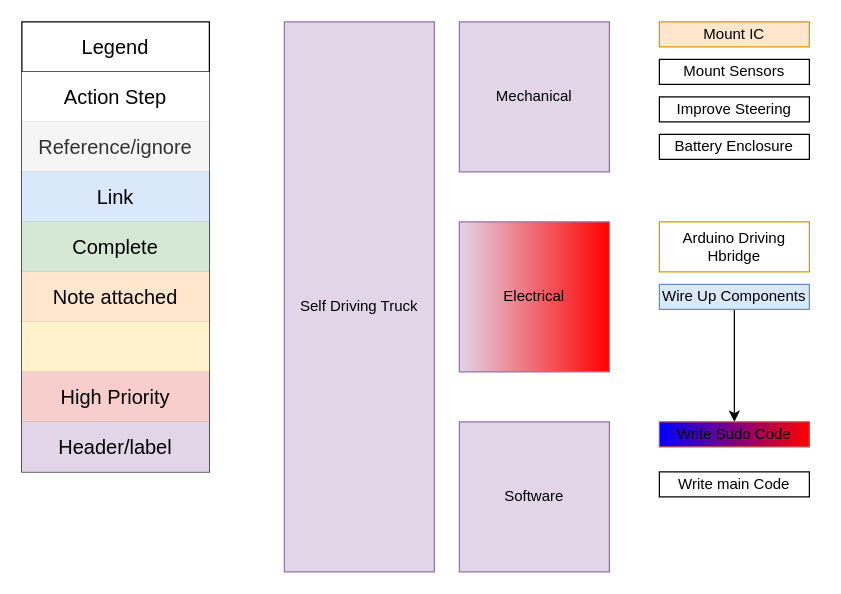
usernamesareusless/Truck keeps this draw.io diagram as page "Overview" (1 of 5) of Self_Driving_Truck.drawio. Above is the earlier version. Source tidied: cells renumbered, new cells numbered last; positions are measured from the earlier drawing's top-left corner, leaving out a move shared by most shapes. Both pictures are drawn from the tidied source at 125%, with x=0, y=0 at pixel (21, 21).
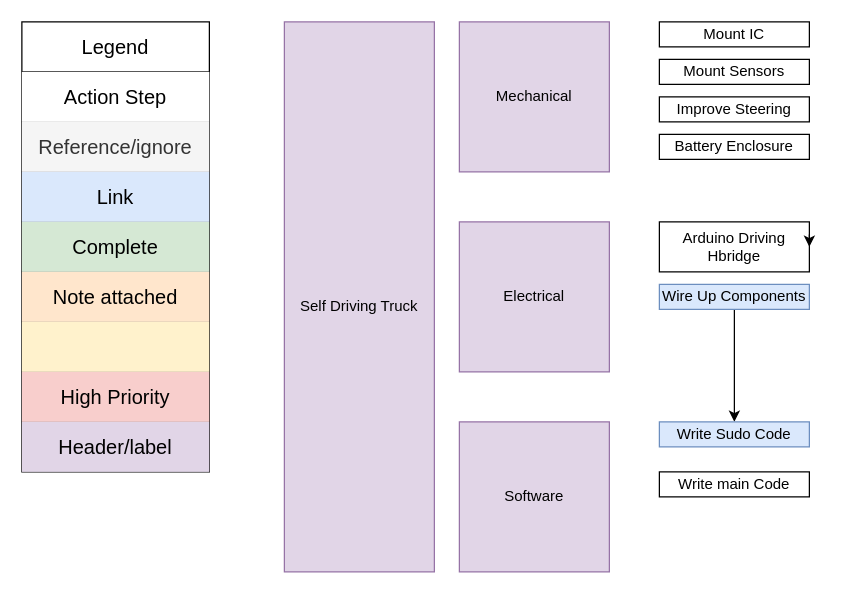
Above is the later version.

What changed in the source:
```diff
@@
-    <mxCell id="4" value="Electrical" style="whiteSpace=wrap;html=1;fillColor=#e1d5e7;strokeColor=#9673a6;gradientColor=#ff0000;gradientDirection=east;" parent="1" vertex="1">
+    <mxCell id="4" value="Electrical" style="whiteSpace=wrap;html=1;fillColor=#e1d5e7;strokeColor=#9673a6;gradientDirection=east;" parent="1" vertex="1">
       <mxGeometry x="350" y="160" width="120" height="120" as="geometry" />
     </mxCell>
-    <mxCell id="5" value="Mount IC" style="rounded=0;whiteSpace=wrap;html=1;fillColor=#ffe6cc;strokeColor=#d79b00;" parent="1" vertex="1">
+    <mxCell id="5" value="Mount IC" style="rounded=0;whiteSpace=wrap;html=1;" parent="1" vertex="1">
       <mxGeometry x="510" width="120" height="20" as="geometry" />
     </mxCell>
@@
-    <mxCell id="8" value="Arduino Driving Hbridge" style="rounded=0;whiteSpace=wrap;html=1;fillColor=none;strokeColor=#d79b00;gradientColor=#FF0000;gradientDirection=east;" parent="1" vertex="1">
+    <mxCell id="8" value="Arduino Driving Hbridge" style="rounded=0;whiteSpace=wrap;html=1;fillColor=none;strokeColor=default;gradientColor=#FF0000;gradientDirection=east;" parent="1" vertex="1">
       <mxGeometry x="510" y="160" width="120" height="40" as="geometry" />
     </mxCell>
@@
-    <mxCell id="12" value="Write Sudo Code" style="rounded=0;whiteSpace=wrap;html=1;fillColor=#0000FF;strokeColor=#b85450;gradientColor=#FF0000;gradientDirection=east;" parent="1" vertex="1">
+    <mxCell id="12" value="Write Sudo Code" style="rounded=0;whiteSpace=wrap;html=1;fillColor=#dae8fc;strokeColor=#6c8ebf;gradientDirection=east;" parent="1" vertex="1">
       <mxGeometry x="510" y="320" width="120" height="20" as="geometry" />
     </mxCell>
@@
+    <mxCell id="34" style="edgeStyle=orthogonalEdgeStyle;rounded=0;orthogonalLoop=1;jettySize=auto;html=1;exitX=1;exitY=0.25;exitDx=0;exitDy=0;entryX=1;entryY=0.5;entryDx=0;entryDy=0;" parent="1" edge="1" source="8" target="8">
+      <mxGeometry relative="1" as="geometry" />
+    </mxCell>
```
